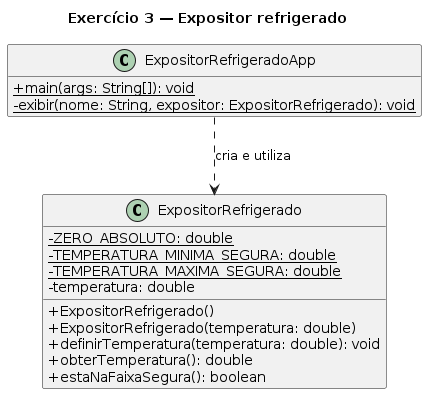
MadrugaPedro/poo keeps this PlantUML diagram as classroom/03-classes/doc/classes/03-expositor-refrigerado.png. Above is the earlier version. Its diagram source:
```plantuml
@startuml
title Exercício 3 — Expositor refrigerado
skinparam classAttributeIconSize 0
hide empty members

class ExpositorRefrigerado {
  - {static} ZERO_ABSOLUTO: double
  - {static} TEMPERATURA_MINIMA_SEGURA: double
  - {static} TEMPERATURA_MAXIMA_SEGURA: double
  - temperatura: double
  + ExpositorRefrigerado()
  + ExpositorRefrigerado(temperatura: double)
  + definirTemperatura(temperatura: double): void
  + obterTemperatura(): double
  + estaNaFaixaSegura(): boolean
}

class ExpositorRefrigeradoApp {
  + {static} main(args: String[]): void
  - {static} exibir(nome: String, expositor: ExpositorRefrigerado): void
}

ExpositorRefrigeradoApp ..> ExpositorRefrigerado : cria e utiliza
@enduml
```
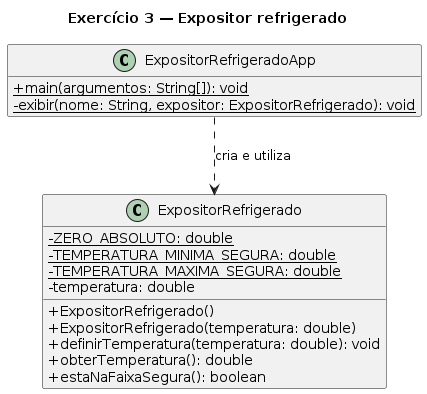
After the commit.

The edit, as a diff of the source:
```diff
@@ -16,7 +16,7 @@
 }
 
 class ExpositorRefrigeradoApp {
-  + {static} main(args: String[]): void
+  + {static} main(argumentos: String[]): void
   - {static} exibir(nome: String, expositor: ExpositorRefrigerado): void
 }
 
```
